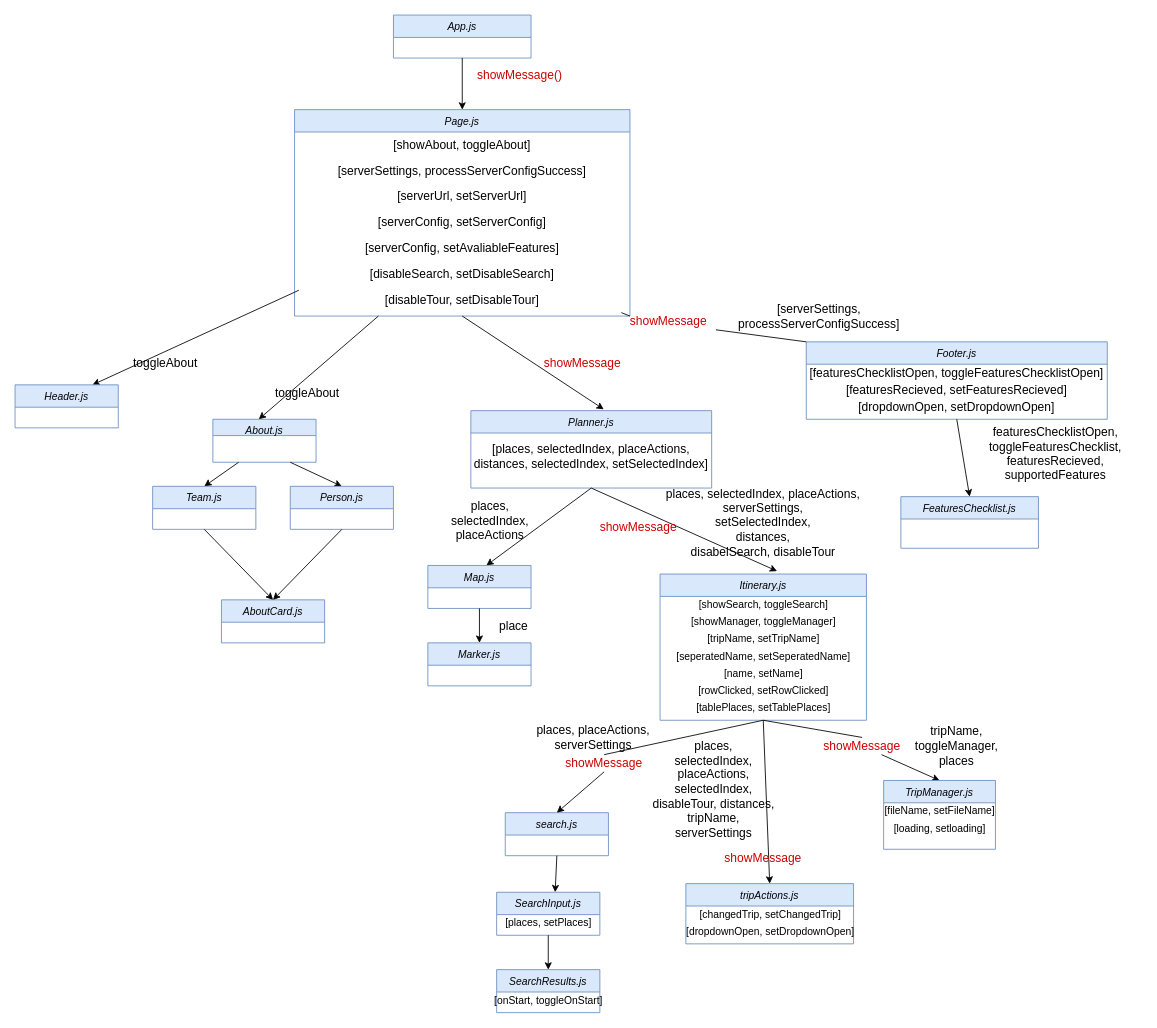
This is reports/images/Component Diagram.drawio from tmanbarton/cs314Project, a draw.io file, before an edit. Source tidied: cells renumbered, new cells numbered last; positions are measured from the earlier drawing's top-left corner, leaving out a move shared by most shapes. Both pictures are drawn from the tidied source at 86%, with x=0, y=0 at pixel (15, 15).
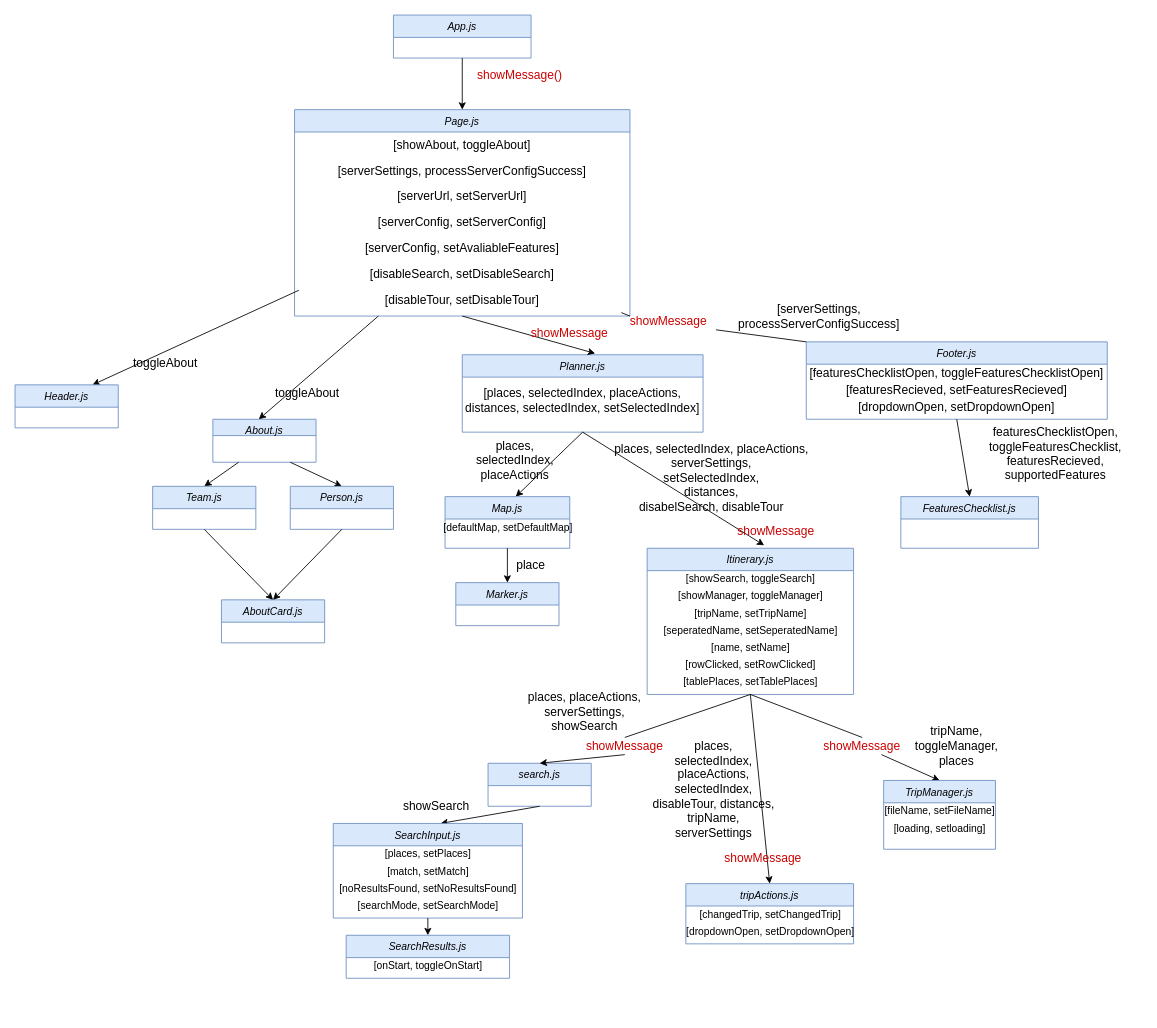
The same page after the edit.

Commit message (it also covers changes not shown here):
Updated client component diagrams

Change to the diagram source:
```diff
@@
     <mxCell id="19" value="Planner.js&#10;" style="swimlane;fontStyle=2;align=center;verticalAlign=top;horizontal=1;startSize=26;rounded=0;shadow=0;strokeWidth=1;fillColor=#dae8fc;strokeColor=#6c8ebf;" parent="1" vertex="1">
-      <mxGeometry x="530" y="460" width="280" height="90" as="geometry" />
+      <mxGeometry x="520" y="395" width="280" height="90" as="geometry" />
     </mxCell>
@@
     <mxCell id="22" value="&lt;span style=&quot;color: rgb(204 , 0 , 0)&quot;&gt;showMessage&lt;/span&gt;" style="text;html=1;strokeColor=none;fillColor=none;align=center;verticalAlign=middle;whiteSpace=wrap;rounded=0;fontSize=14;fontColor=#FF0000;" parent="1" vertex="1">
-      <mxGeometry x="605" y="395" width="110" height="20" as="geometry" />
+      <mxGeometry x="590" y="360" width="110" height="20" as="geometry" />
     </mxCell>
@@
     <mxCell id="30" value="Map.js" style="swimlane;fontStyle=2;align=center;verticalAlign=top;horizontal=1;startSize=26;rounded=0;shadow=0;strokeWidth=1;fillColor=#dae8fc;strokeColor=#6c8ebf;" parent="1" vertex="1">
-      <mxGeometry x="480" y="640" width="120" height="50" as="geometry" />
+      <mxGeometry x="500" y="560" width="145" height="60" as="geometry" />
     </mxCell>
+    <mxCell id="82" value="[defaultMap, setDefaultMap]" style="text;html=1;align=center;verticalAlign=middle;strokeColor=none;fillColor=none;" parent="30" vertex="1">
+      <mxGeometry y="26" width="145" height="20" as="geometry" />
+    </mxCell>
@@
     <mxCell id="32" value="Marker.js" style="swimlane;fontStyle=2;align=center;verticalAlign=top;horizontal=1;startSize=26;rounded=0;shadow=0;strokeWidth=1;fillColor=#dae8fc;strokeColor=#6c8ebf;" parent="1" vertex="1">
-      <mxGeometry x="480" y="730" width="120" height="50" as="geometry" />
+      <mxGeometry x="512.5" y="660" width="120" height="50" as="geometry" />
     </mxCell>
     <mxCell id="33" value="Itinerary.js" style="swimlane;fontStyle=2;align=center;verticalAlign=top;horizontal=1;startSize=26;rounded=0;shadow=0;strokeWidth=1;fillColor=#dae8fc;strokeColor=#6c8ebf;" parent="1" vertex="1">
-      <mxGeometry x="750" y="650" width="240" height="170" as="geometry" />
+      <mxGeometry x="735" y="620" width="240" height="170" as="geometry" />
     </mxCell>
@@
     <mxCell id="44" value="places, &lt;br&gt;selectedIndex, placeActions" style="text;html=1;strokeColor=none;fillColor=none;align=center;verticalAlign=middle;whiteSpace=wrap;rounded=0;rotation=0;fontSize=14;" parent="1" vertex="1">
-      <mxGeometry x="480" y="578" width="145" height="20" as="geometry" />
+      <mxGeometry x="509" y="508" width="145" height="20" as="geometry" />
     </mxCell>
     <mxCell id="45" value="places, selectedIndex, placeActions, serverSettings,&lt;br&gt;setSelectedIndex,&lt;br&gt;distances,&lt;br&gt;disabelSearch, disableTour" style="text;html=1;strokeColor=none;fillColor=none;align=center;verticalAlign=middle;whiteSpace=wrap;rounded=0;fontSize=14;" parent="1" vertex="1">
-      <mxGeometry x="750" y="580" width="240" height="20" as="geometry" />
+      <mxGeometry x="690" y="528" width="240" height="20" as="geometry" />
     </mxCell>
@@
     <mxCell id="54" value="place" style="text;html=1;strokeColor=none;fillColor=none;align=center;verticalAlign=middle;whiteSpace=wrap;rounded=0;fontSize=14;" parent="1" vertex="1">
-      <mxGeometry x="550" y="700" width="60" height="20" as="geometry" />
+      <mxGeometry x="570" y="630" width="60" height="20" as="geometry" />
     </mxCell>
     <mxCell id="55" value="search.js" style="swimlane;fontStyle=2;align=center;verticalAlign=top;horizontal=1;startSize=26;rounded=0;shadow=0;strokeWidth=1;fillColor=#dae8fc;strokeColor=#6c8ebf;" parent="1" vertex="1">
-      <mxGeometry x="570" y="927.5" width="120" height="50" as="geometry" />
+      <mxGeometry x="550" y="870" width="120" height="50" as="geometry" />
     </mxCell>
@@
     <mxCell id="57" value="SearchInput.js" style="swimlane;fontStyle=2;align=center;verticalAlign=top;horizontal=1;startSize=26;rounded=0;shadow=0;strokeWidth=1;fillColor=#dae8fc;strokeColor=#6c8ebf;" parent="1" vertex="1">
-      <mxGeometry x="560" y="1020" width="120" height="50" as="geometry" />
+      <mxGeometry x="370" y="940" width="220" height="110" as="geometry" />
     </mxCell>
     <mxCell id="58" value="&lt;div&gt;[places, setPlaces]&lt;/div&gt;" style="text;html=1;align=center;verticalAlign=middle;strokeColor=none;fillColor=none;" parent="57" vertex="1">
-      <mxGeometry y="26" width="120" height="20" as="geometry" />
+      <mxGeometry y="26" width="220" height="20" as="geometry" />
     </mxCell>
+    <mxCell id="83" value="&lt;div&gt;[match, setMatch]&lt;/div&gt;" style="text;html=1;align=center;verticalAlign=middle;strokeColor=none;fillColor=none;" parent="57" vertex="1">
+      <mxGeometry y="46" width="220" height="20" as="geometry" />
+    </mxCell>
+    <mxCell id="84" value="&lt;div&gt;[noResultsFound, setNoResultsFound]&lt;/div&gt;" style="text;html=1;align=center;verticalAlign=middle;strokeColor=none;fillColor=none;" parent="57" vertex="1">
+      <mxGeometry y="66" width="220" height="20" as="geometry" />
+    </mxCell>
+    <mxCell id="85" value="&lt;div&gt;[searchMode, setSearchMode]&lt;/div&gt;" style="text;html=1;align=center;verticalAlign=middle;strokeColor=none;fillColor=none;" parent="57" vertex="1">
+      <mxGeometry y="86" width="220" height="20" as="geometry" />
+    </mxCell>
     <mxCell id="59" value="SearchResults.js" style="swimlane;fontStyle=2;align=center;verticalAlign=top;horizontal=1;startSize=26;rounded=0;shadow=0;strokeWidth=1;fillColor=#dae8fc;strokeColor=#6c8ebf;" parent="1" vertex="1">
-      <mxGeometry x="560" y="1110" width="120" height="50" as="geometry" />
+      <mxGeometry x="385" y="1070" width="190" height="50" as="geometry" />
     </mxCell>
     <mxCell id="60" value="[onStart, toggleOnStart]" style="text;html=1;align=center;verticalAlign=middle;strokeColor=none;fillColor=none;" parent="59" vertex="1">
-      <mxGeometry y="26" width="120" height="20" as="geometry" />
+      <mxGeometry y="26" width="190" height="20" as="geometry" />
     </mxCell>
@@
     <mxCell id="76" value="&lt;span style=&quot;color: rgb(204 , 0 , 0)&quot;&gt;showMessage&lt;/span&gt;" style="text;html=1;strokeColor=none;fillColor=none;align=center;verticalAlign=middle;whiteSpace=wrap;rounded=0;fontSize=14;fontColor=#FF0000;" parent="1" vertex="1">
-      <mxGeometry x="670" y="584.5" width="110" height="20" as="geometry" />
+      <mxGeometry x="830" y="590" width="110" height="20" as="geometry" />
     </mxCell>
@@
     <mxCell id="78" value="&lt;span style=&quot;color: rgb(204 , 0 , 0)&quot;&gt;showMessage&lt;/span&gt;" style="text;html=1;strokeColor=none;fillColor=none;align=center;verticalAlign=middle;whiteSpace=wrap;rounded=0;fontSize=14;fontColor=#FF0000;" parent="1" vertex="1">
-      <mxGeometry x="630" y="860" width="110" height="20" as="geometry" />
+      <mxGeometry x="654" y="840" width="110" height="20" as="geometry" />
     </mxCell>
@@
-    <mxCell id="80" value="places, placeActions, serverSettings" style="text;html=1;strokeColor=none;fillColor=none;align=center;verticalAlign=middle;whiteSpace=wrap;rounded=0;rotation=0;fontSize=14;" parent="1" vertex="1">
-      <mxGeometry x="600" y="830" width="145" height="20" as="geometry" />
+    <mxCell id="80" value="places, placeActions, serverSettings, showSearch" style="text;html=1;strokeColor=none;fillColor=none;align=center;verticalAlign=middle;whiteSpace=wrap;rounded=0;rotation=0;fontSize=14;" parent="1" vertex="1">
+      <mxGeometry x="590" y="800" width="145" height="20" as="geometry" />
     </mxCell>
@@
+    <mxCell id="86" value="showSearch" style="text;html=1;strokeColor=none;fillColor=none;align=center;verticalAlign=middle;whiteSpace=wrap;rounded=0;fontSize=14;rotation=0;" parent="1" vertex="1">
+      <mxGeometry x="440" y="910" width="100" height="20" as="geometry" />
+    </mxCell>
```
